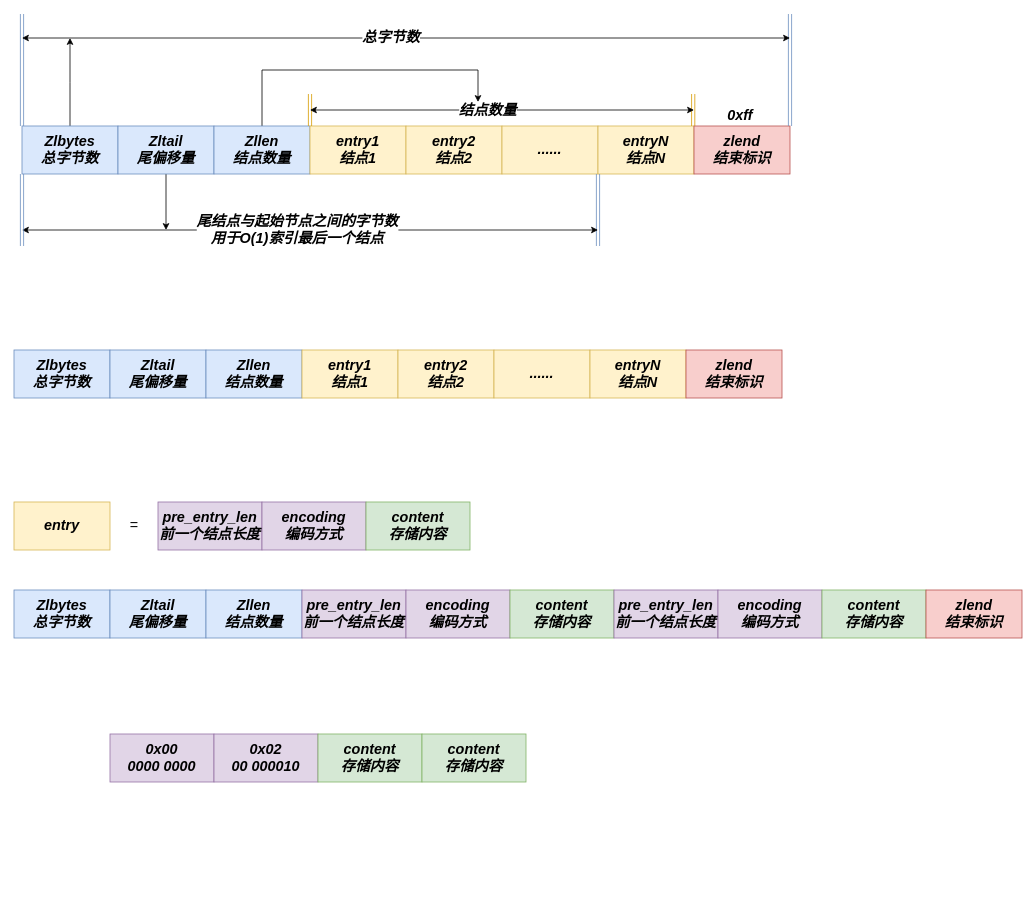
This is redis.drawio from Bukayoooo/Draws, a draw.io file, before an edit. Source tidied: cells renumbered, new cells numbered last; positions are measured from the earlier drawing's top-left corner, leaving out a move shared by most shapes. Both pictures are drawn from the tidied source at 80%, with x=0, y=0 at pixel (14, 14).
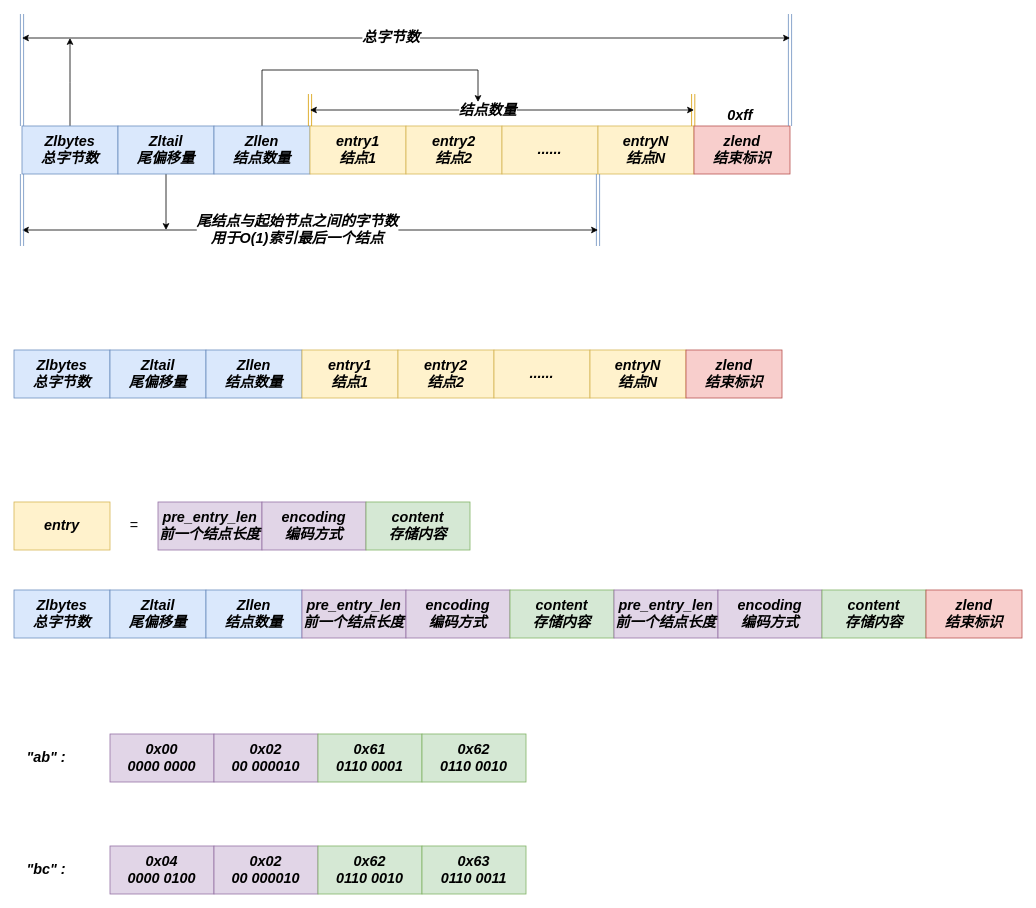
The same diagram, later.

What changed in the source:
```diff
@@
-    <mxCell id="51" value="&lt;b&gt;&lt;i&gt;content&lt;br&gt;存储内容&lt;br&gt;&lt;/i&gt;&lt;/b&gt;" style="rounded=0;whiteSpace=wrap;html=1;fontSize=18;fillColor=#d5e8d4;strokeColor=#82b366;" parent="1" vertex="1">
+    <mxCell id="51" value="&lt;b&gt;&lt;i&gt;0x61&lt;br&gt;0110 0001&lt;br&gt;&lt;/i&gt;&lt;/b&gt;" style="rounded=0;whiteSpace=wrap;html=1;fontSize=18;fillColor=#d5e8d4;strokeColor=#82b366;" parent="1" vertex="1">
       <mxGeometry x="380" y="900" width="130" height="60" as="geometry" />
     </mxCell>
-    <mxCell id="52" value="&lt;b&gt;&lt;i&gt;content&lt;br&gt;存储内容&lt;br&gt;&lt;/i&gt;&lt;/b&gt;" style="rounded=0;whiteSpace=wrap;html=1;fontSize=18;fillColor=#d5e8d4;strokeColor=#82b366;" parent="1" vertex="1">
+    <mxCell id="52" value="&lt;b&gt;&lt;i&gt;0x62&lt;br&gt;0110 0010&lt;br&gt;&lt;/i&gt;&lt;/b&gt;" style="rounded=0;whiteSpace=wrap;html=1;fontSize=18;fillColor=#d5e8d4;strokeColor=#82b366;" parent="1" vertex="1">
       <mxGeometry x="510" y="900" width="130" height="60" as="geometry" />
     </mxCell>
+    <mxCell id="53" value="&lt;b&gt;&lt;i&gt;0x04&lt;br&gt;0000 0100&lt;br&gt;&lt;/i&gt;&lt;/b&gt;" style="rounded=0;whiteSpace=wrap;html=1;fontSize=18;fillColor=#e1d5e7;strokeColor=#9673a6;" parent="1" vertex="1">
+      <mxGeometry x="120" y="1040" width="130" height="60" as="geometry" />
+    </mxCell>
+    <mxCell id="54" value="&lt;b&gt;&lt;i&gt;0x02&lt;br&gt;00 000010&lt;br&gt;&lt;/i&gt;&lt;/b&gt;" style="rounded=0;whiteSpace=wrap;html=1;fontSize=18;fillColor=#e1d5e7;strokeColor=#9673a6;" parent="1" vertex="1">
+      <mxGeometry x="250" y="1040" width="130" height="60" as="geometry" />
+    </mxCell>
+    <mxCell id="55" value="&lt;b&gt;&lt;i&gt;0x62&lt;br&gt;0110 0010&lt;br&gt;&lt;/i&gt;&lt;/b&gt;" style="rounded=0;whiteSpace=wrap;html=1;fontSize=18;fillColor=#d5e8d4;strokeColor=#82b366;" parent="1" vertex="1">
+      <mxGeometry x="380" y="1040" width="130" height="60" as="geometry" />
+    </mxCell>
+    <mxCell id="56" value="&lt;b&gt;&lt;i&gt;0x63&lt;br&gt;0110 0011&lt;br&gt;&lt;/i&gt;&lt;/b&gt;" style="rounded=0;whiteSpace=wrap;html=1;fontSize=18;fillColor=#d5e8d4;strokeColor=#82b366;" parent="1" vertex="1">
+      <mxGeometry x="510" y="1040" width="130" height="60" as="geometry" />
+    </mxCell>
+    <mxCell id="57" value="&lt;b&gt;&lt;i&gt;&quot;ab&quot; :&lt;/i&gt;&lt;/b&gt;" style="text;html=1;align=center;verticalAlign=middle;strokeColor=none;fillColor=none;fontSize=18;" parent="1" vertex="1">
+      <mxGeometry x="10" y="915" width="60" height="30" as="geometry" />
+    </mxCell>
+    <mxCell id="58" value="&lt;b&gt;&lt;i&gt;&quot;bc&quot; :&lt;/i&gt;&lt;/b&gt;" style="text;html=1;align=center;verticalAlign=middle;strokeColor=none;fillColor=none;fontSize=18;" parent="1" vertex="1">
+      <mxGeometry x="10" y="1055" width="60" height="30" as="geometry" />
+    </mxCell>
```
